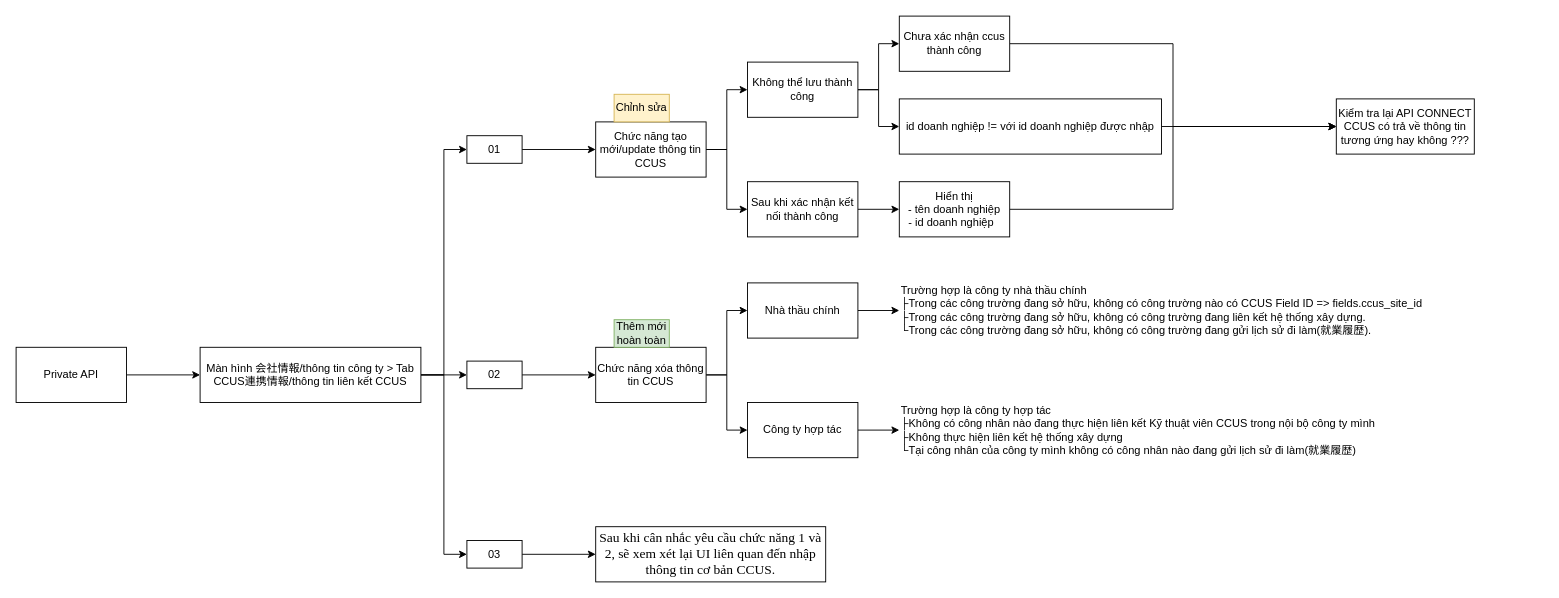
The draw.io diagram page "B-273" (8 of 10) of Spec tháng 7.drawio in hoangpn256/diagram, before the edit. Source tidied: cells renumbered, new cells numbered last; positions are measured from the earlier drawing's top-left corner, leaving out a move shared by most shapes. Both pictures are drawn from the tidied source at 92%, with x=0, y=0 at pixel (16, 16).
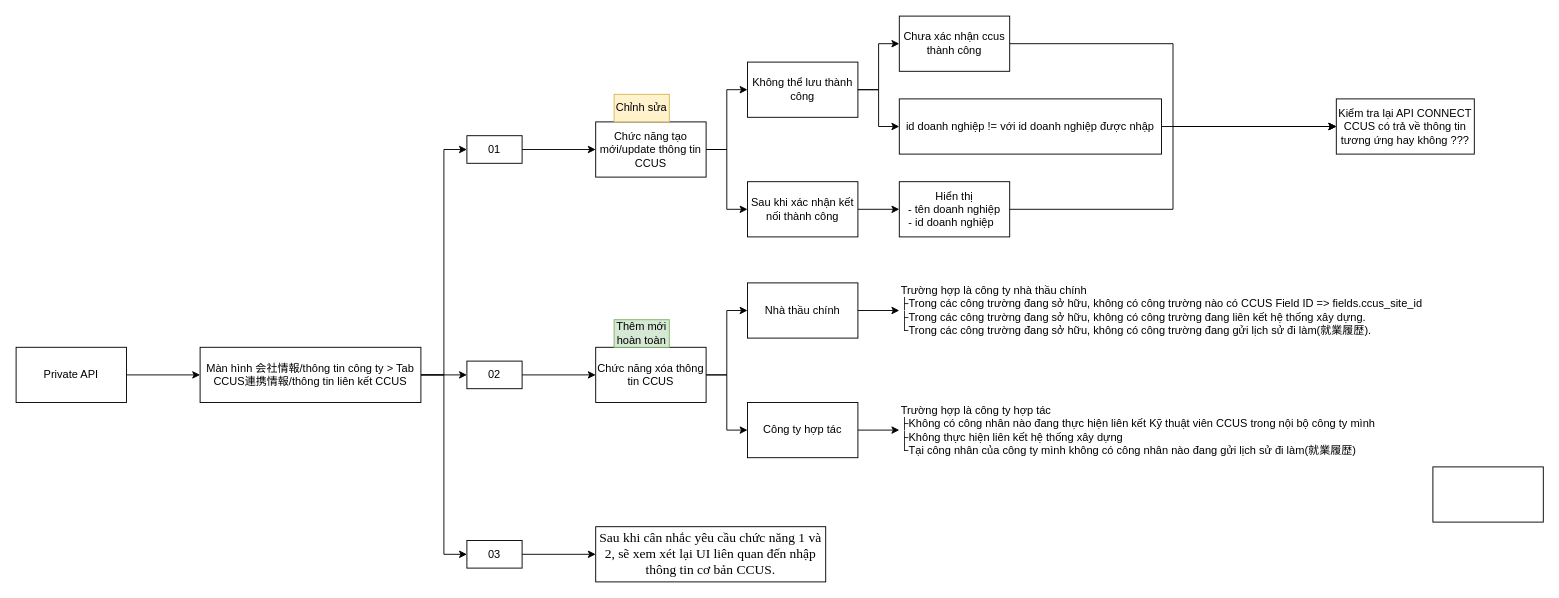
Above is the later version.

Change to the diagram source:
```diff
@@
+    <mxCell id="41" style="whiteSpace=wrap;html=1;" parent="1" vertex="1">
+      <mxGeometry x="1540" y="490" width="120" height="60" as="geometry" />
+    </mxCell>
```
